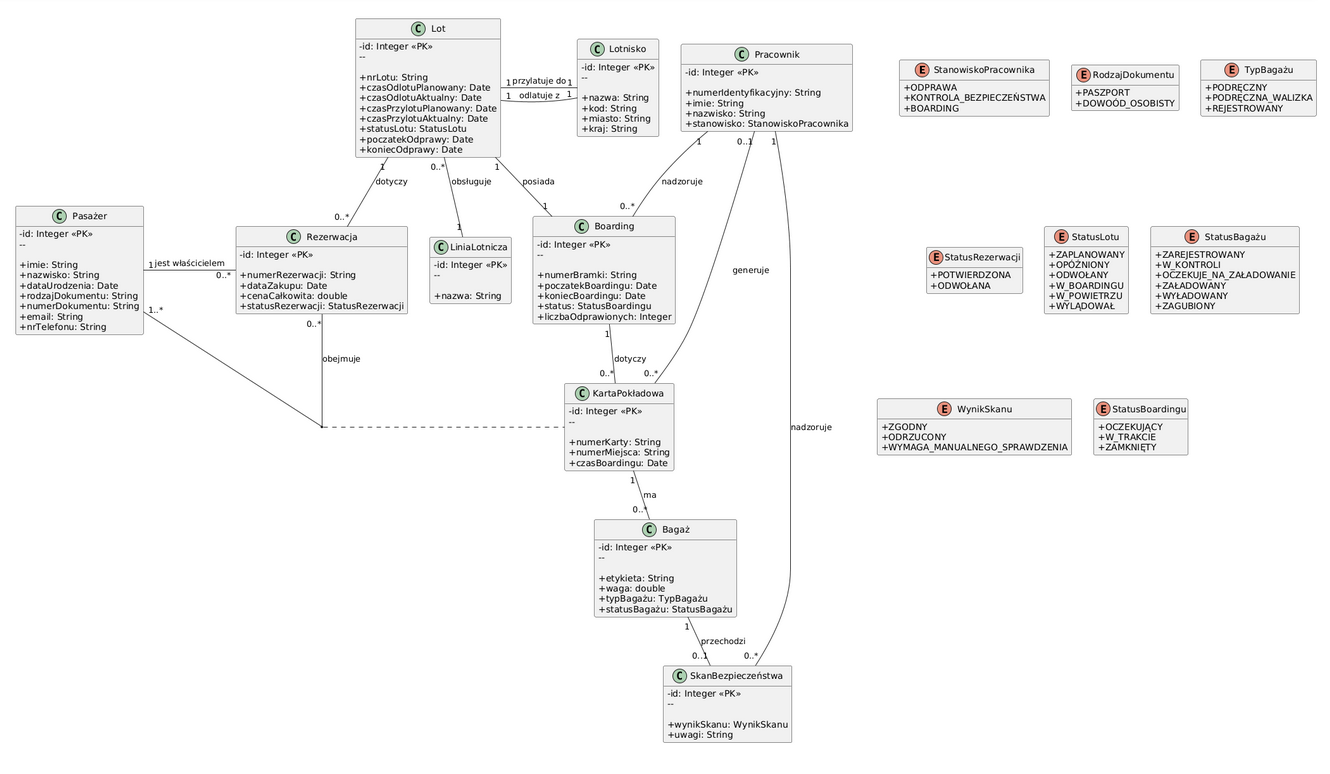
Earlier version of the PlantUML export Etap I/Diagram_klas/Diagram_klas_pasażerowie_i_odprawy.png (lsok02/PSI). Its source is kept beside it as Etap I/Diagram_klas/Diagram_klas_pasażerowie_i_odprawy.puml.
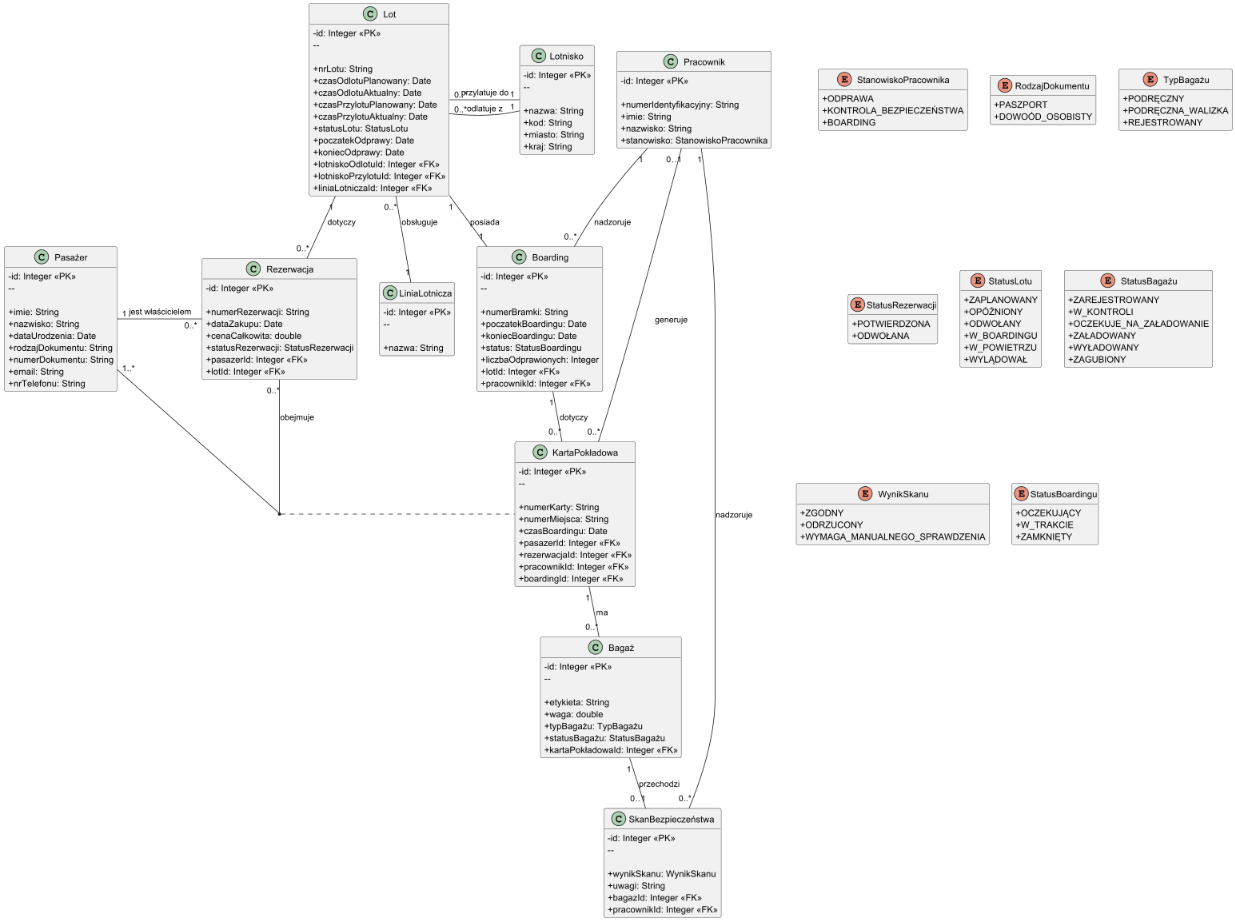
After the commit.

Commit message:
add class diagram

The edit, as a diff of the source:
```diff
@@ -94,6 +94,9 @@
 + statusLotu: StatusLotu
 + poczatekOdprawy: Date
 + koniecOdprawy: Date
++ lotniskoOdlotuId: Integer <<FK>>
++ lotniskoPrzylotuId: Integer <<FK>>
++ liniaLotniczaId: Integer <<FK>>
   }
 
 class Rezerwacja {
@@ -104,6 +107,8 @@
 + dataZakupu: Date
 + cenaCałkowita: double
 + statusRezerwacji: StatusRezerwacji
++ pasazerId: Integer <<FK>>
++ lotId: Integer <<FK>>
   }
 
 class KartaPokładowa {
@@ -114,6 +119,10 @@
 + numerKarty: String
 + numerMiejsca: String
 + czasBoardingu: Date
++ pasazerId: Integer <<FK>>
++ rezerwacjaId: Integer <<FK>>
++ pracownikId: Integer <<FK>>
++ boardingId: Integer <<FK>>
   }
 
 class Bagaż {
@@ -125,6 +134,7 @@
 + waga: double
 + typBagażu: TypBagażu
 + statusBagażu: StatusBagażu
++ kartaPokładowaId: Integer <<FK>>
   }
 
 class Boarding {
@@ -137,6 +147,8 @@
 + koniecBoardingu: Date
 + status: StatusBoardingu
 + liczbaOdprawionych: Integer
++ lotId: Integer <<FK>>
++ pracownikId: Integer <<FK>>
   }
 
 class SkanBezpieczeństwa {
@@ -146,6 +158,8 @@
 
 + wynikSkanu: WynikSkanu
 + uwagi: String
++ bagazId: Integer <<FK>>
++ pracownikId: Integer <<FK>>
   }
 
 class Pracownik {
@@ -175,8 +189,8 @@
 
 Pracownik "0..1" -- "0..*" KartaPokładowa : generuje
 
-Lot "1" - "1" Lotnisko : odlatuje z
-Lot "1" - "1" Lotnisko : przylatuje do
+Lot "0..*" - "1" Lotnisko : odlatuje z
+Lot "0..*" - "1" Lotnisko : przylatuje do
 Lot "1" -- "0..*" Rezerwacja : dotyczy
 Bagaż "1" -- "0..1" SkanBezpieczeństwa : przechodzi
 Lot "1" -- "1" Boarding : posiada
```
